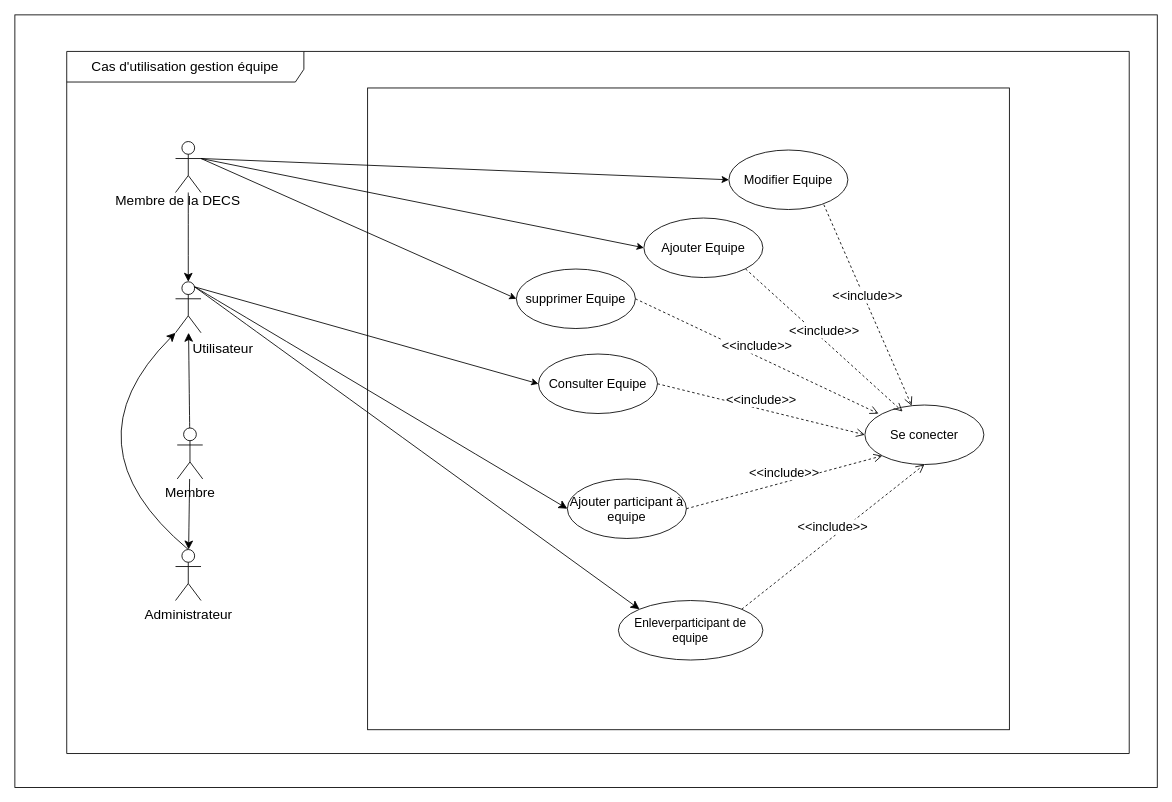
Before: usecase gestion equipe.drawio in CabrelFeukeng/pp, a draw.io diagram. Source tidied: cells renumbered, new cells numbered last; positions are measured from the earlier drawing's top-left corner, leaving out a move shared by most shapes. Both pictures are drawn from the tidied source at 85%, with x=0, y=0 at pixel (14, 14).
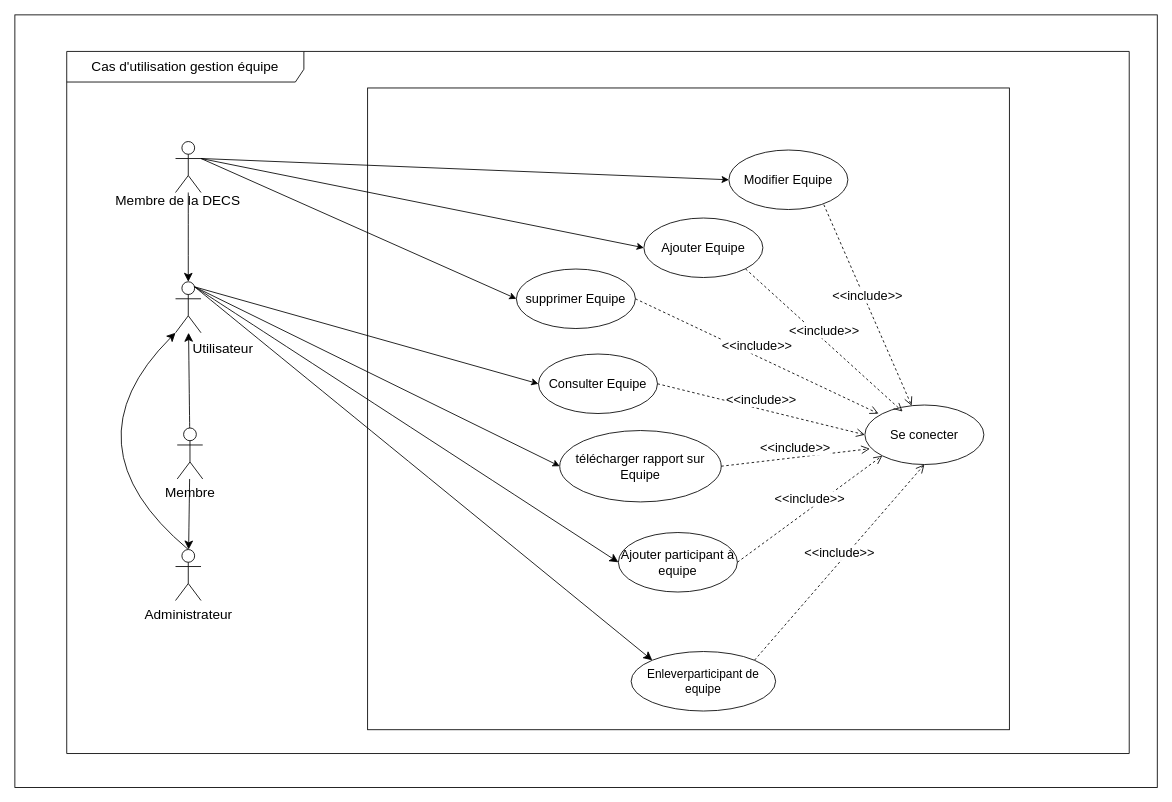
The same page after the edit.

Commit message (it also covers changes not shown here):
Mettre à jour usecase gestion equipe.drawio

Unchanged cells that the change refers to:
```xml
<mxCell id="8" style="shape=umlActor;verticalLabelPosition=bottom;verticalAlign=top;html=1;outlineConnect=0;" parent="1" vertex="1">
  <mxGeometry x="189" y="314" width="30" height="60" as="geometry" />
</mxCell>
<mxCell id="15" value="&lt;font style=&quot;font-size: 16px;&quot;&gt;Cas d'utilisation gestion équipe&lt;/font&gt;" style="shape=umlFrame;whiteSpace=wrap;html=1;width=279;height=36;" parent="1" vertex="1">
  <mxGeometry x="61" y="43" width="1250" height="826" as="geometry" />
</mxCell>
<mxCell id="19" value="&lt;font style=&quot;font-size: 15px;&quot;&gt;Se conecter&lt;/font&gt;" style="ellipse;whiteSpace=wrap;html=1;" parent="1" vertex="1">
  <mxGeometry x="1000" y="459" width="140" height="70" as="geometry" />
</mxCell>
```

Change to the diagram source:
```diff
@@
+    <mxCell id="34" value="&lt;font style=&quot;font-size: 15px;&quot;&gt;télécharger rapport sur Equipe&lt;/font&gt;" style="ellipse;whiteSpace=wrap;html=1;" parent="15" vertex="1">
+      <mxGeometry x="580" y="446" width="190" height="84" as="geometry" />
+    </mxCell>
@@
     <mxCell id="26" value="&lt;font style=&quot;font-size: 15px;&quot;&gt;Ajouter participant à equipe&lt;/font&gt;" style="ellipse;whiteSpace=wrap;html=1;" parent="1" vertex="1">
-      <mxGeometry x="650" y="546" width="140" height="70" as="geometry" />
+      <mxGeometry x="710" y="609" width="140" height="70" as="geometry" />
     </mxCell>
     <mxCell id="27" value="&lt;font style=&quot;font-size: 14px;&quot;&gt;Enleverparticipant de equipe&lt;/font&gt;" style="ellipse;whiteSpace=wrap;html=1;" parent="1" vertex="1">
-      <mxGeometry x="710" y="689" width="170" height="70" as="geometry" />
+      <mxGeometry x="725" y="749" width="170" height="70" as="geometry" />
     </mxCell>
@@
+    <mxCell id="35" style="endArrow=classic;html=1;rounded=0;exitX=0.75;exitY=0.1;exitDx=0;exitDy=0;exitPerimeter=0;entryX=0;entryY=0.5;entryDx=0;entryDy=0;" parent="1" edge="1" source="8" target="34">
+      <mxGeometry relative="1" as="geometry" />
+    </mxCell>
+    <mxCell id="36" value="&lt;font style=&quot;font-size: 15px;&quot;&gt;&amp;lt;&amp;lt;include&amp;gt;&amp;gt;&lt;/font&gt;" style="html=1;verticalAlign=bottom;endArrow=open;dashed=1;endSize=8;curved=0;rounded=0;exitX=1;exitY=0.5;exitDx=0;exitDy=0;entryX=0.042;entryY=0.735;entryDx=0;entryDy=0;entryPerimeter=0;" parent="1" edge="1" source="34" target="19">
+      <mxGeometry relative="1" as="geometry" />
+    </mxCell>
```
